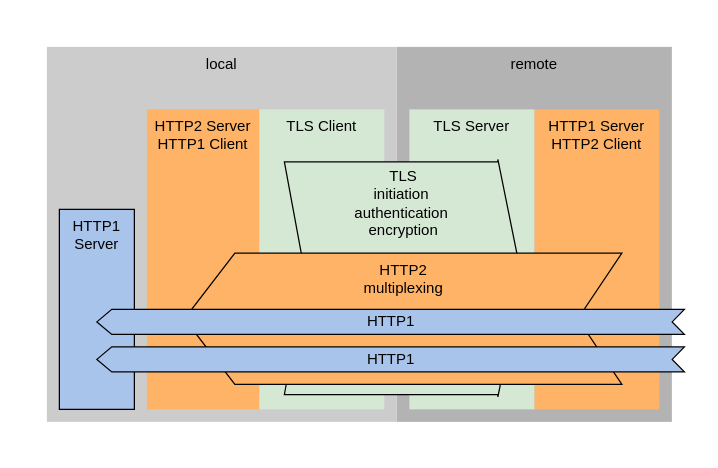
The draw.io diagram diagram.drawio in boronine/h2tunnel, before the edit. Source tidied: cells renumbered, new cells numbered last; positions are measured from the earlier drawing's top-left corner, leaving out a move shared by most shapes. Both pictures are drawn from the tidied source at 125%, with x=0, y=0 at pixel (21, 21).
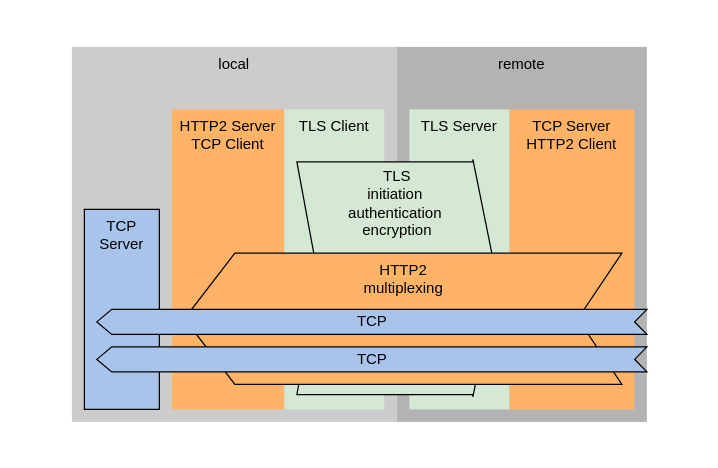
The same page after the edit.

Commit message (it also covers changes not shown here):
Implement TCP over HTTP2, fixes #2, fixes #3

The edit, as a diff of the source:
```diff
@@
 <mxGraphModel>
   <root>
     <mxCell id="0" />
     <mxCell id="1" parent="0" />
     <mxCell id="2" style="rounded=0;whiteSpace=wrap;html=1;strokeColor=none;" parent="1" vertex="1">
       <mxGeometry width="540" height="340" as="geometry" />
     </mxCell>
     <mxCell id="3" value="&lt;span style=&quot;text-wrap: nowrap;&quot;&gt;remote&lt;/span&gt;" style="html=1;whiteSpace=wrap;verticalAlign=top;fillColor=#B3B3B3;strokeColor=none;" parent="1" vertex="1">
-      <mxGeometry x="300" y="20" width="220" height="300" as="geometry" />
+      <mxGeometry x="300" y="20" width="200" height="300" as="geometry" />
     </mxCell>
-    <mxCell id="4" value="&lt;span style=&quot;text-wrap: nowrap;&quot;&gt;HTTP1 Server&lt;/span&gt;&lt;div&gt;&lt;span style=&quot;text-wrap: nowrap;&quot;&gt;HTTP2 Client&lt;/span&gt;&lt;/div&gt;" style="html=1;whiteSpace=wrap;verticalAlign=top;fillColor=#FFB366;strokeColor=none;" parent="1" vertex="1">
-      <mxGeometry x="410" y="70" width="100" height="240" as="geometry" />
+    <mxCell id="4" value="&lt;span style=&quot;text-wrap: nowrap;&quot;&gt;TCP Server&lt;/span&gt;&lt;div&gt;&lt;span style=&quot;text-wrap: nowrap;&quot;&gt;HTTP2 Client&lt;/span&gt;&lt;/div&gt;" style="html=1;whiteSpace=wrap;verticalAlign=top;fillColor=#FFB366;strokeColor=none;" parent="1" vertex="1">
+      <mxGeometry x="390" y="70" width="100" height="240" as="geometry" />
     </mxCell>
     <mxCell id="5" value="&lt;span style=&quot;text-wrap: nowrap;&quot;&gt;local&lt;/span&gt;" style="html=1;whiteSpace=wrap;verticalAlign=top;fillColor=#CCCCCC;strokeColor=none;" parent="1" vertex="1">
-      <mxGeometry x="20" y="20" width="280" height="300" as="geometry" />
+      <mxGeometry x="40" y="20" width="260" height="300" as="geometry" />
     </mxCell>
-    <mxCell id="6" value="&lt;span style=&quot;text-wrap: nowrap;&quot;&gt;HTTP1&lt;/span&gt;&lt;div&gt;&lt;span style=&quot;text-wrap: nowrap;&quot;&gt;Server&lt;/span&gt;&lt;/div&gt;" style="html=1;whiteSpace=wrap;verticalAlign=top;fillColor=#A9C4EB;strokeColor=default;" parent="1" vertex="1">
-      <mxGeometry x="30" y="150" width="60" height="160" as="geometry" />
+    <mxCell id="6" value="&lt;span style=&quot;text-wrap: nowrap;&quot;&gt;TCP&lt;/span&gt;&lt;div&gt;&lt;span style=&quot;text-wrap: nowrap;&quot;&gt;Server&lt;/span&gt;&lt;/div&gt;" style="html=1;whiteSpace=wrap;verticalAlign=top;fillColor=#A9C4EB;strokeColor=default;" parent="1" vertex="1">
+      <mxGeometry x="50" y="150" width="60" height="160" as="geometry" />
     </mxCell>
-    <mxCell id="7" value="&lt;span style=&quot;text-wrap: nowrap;&quot;&gt;HTTP2 Server&lt;/span&gt;&lt;div&gt;&lt;span style=&quot;text-wrap: nowrap; background-color: initial;&quot;&gt;HTTP1 Client&lt;/span&gt;&lt;br&gt;&lt;/div&gt;" style="html=1;whiteSpace=wrap;verticalAlign=top;fillColor=#FFB366;strokeColor=none;" parent="1" vertex="1">
-      <mxGeometry x="100" y="70" width="90" height="240" as="geometry" />
+    <mxCell id="7" value="&lt;span style=&quot;text-wrap: nowrap;&quot;&gt;HTTP2 Server&lt;/span&gt;&lt;div&gt;&lt;span style=&quot;text-wrap: nowrap; background-color: initial;&quot;&gt;TCP Client&lt;/span&gt;&lt;br&gt;&lt;/div&gt;" style="html=1;whiteSpace=wrap;verticalAlign=top;fillColor=#FFB366;strokeColor=none;" parent="1" vertex="1">
+      <mxGeometry x="120" y="70" width="90" height="240" as="geometry" />
     </mxCell>
     <mxCell id="8" value="&lt;div&gt;&lt;span style=&quot;text-wrap: nowrap;&quot;&gt;TLS&lt;/span&gt;&lt;span style=&quot;text-wrap: nowrap; background-color: initial;&quot;&gt;&amp;nbsp;Client&lt;/span&gt;&lt;/div&gt;" style="html=1;whiteSpace=wrap;verticalAlign=top;fillColor=#D5E8D4;strokeColor=none;" parent="1" vertex="1">
-      <mxGeometry x="190" y="70" width="100" height="240" as="geometry" />
+      <mxGeometry x="210" y="70" width="80" height="240" as="geometry" />
     </mxCell>
     <mxCell id="9" style="ellipse;whiteSpace=wrap;html=1;align=center;fillColor=none;strokeColor=none;perimeter=centerPerimeter;" parent="1" vertex="1">
       <mxGeometry x="300" y="120" width="10" height="10" as="geometry" />
     </mxCell>
     <mxCell id="10" value="&lt;div&gt;&lt;span style=&quot;text-wrap: nowrap;&quot;&gt;TLS Server&lt;/span&gt;&lt;/div&gt;" style="html=1;whiteSpace=wrap;verticalAlign=top;strokeColor=none;fillColor=#D5E8D4;" parent="1" vertex="1">
-      <mxGeometry x="310" y="70" width="100" height="240" as="geometry" />
+      <mxGeometry x="310" y="70" width="80" height="240" as="geometry" />
     </mxCell>
     <mxCell id="11" value="TLS&lt;div&gt;initiation&amp;nbsp;&lt;div&gt;authentication&amp;nbsp;&lt;/div&gt;&lt;div&gt;encryption&lt;/div&gt;&lt;/div&gt;" style="html=1;shadow=0;dashed=0;align=center;verticalAlign=top;shape=mxgraph.arrows2.arrow;dy=0.02;dx=19.2;notch=17.2;rotation=0;fillColor=#D5E8D4;strokeColor=default;horizontal=1;" parent="1" vertex="1">
-      <mxGeometry x="210" y="110" width="190" height="190" as="geometry" />
+      <mxGeometry x="220" y="110" width="160" height="190" as="geometry" />
     </mxCell>
     <mxCell id="12" value="HTTP2&lt;div&gt;multiplexing&lt;div&gt;&lt;br&gt;&lt;/div&gt;&lt;/div&gt;" style="html=1;shadow=0;dashed=0;align=center;verticalAlign=top;shape=mxgraph.arrows2.arrow;dy=0;dx=40.4;notch=35.2;flipH=1;fillColor=#FFB366;strokeColor=default;" parent="1" vertex="1">
       <mxGeometry x="130" y="185" width="350" height="105" as="geometry" />
     </mxCell>
-    <mxCell id="13" value="HTTP1" style="html=1;shadow=0;dashed=0;align=center;verticalAlign=middle;shape=mxgraph.arrows2.arrow;dy=0;dx=11.92;notch=9.75;flipH=1;fillColor=#A9C4EB;strokeColor=default;" parent="1" vertex="1">
-      <mxGeometry x="60" y="230" width="470" height="20" as="geometry" />
+    <mxCell id="13" value="TCP" style="html=1;shadow=0;dashed=0;align=center;verticalAlign=middle;shape=mxgraph.arrows2.arrow;dy=0;dx=11.92;notch=9.75;flipH=1;fillColor=#A9C4EB;strokeColor=default;" parent="1" vertex="1">
+      <mxGeometry x="60" y="230" width="440" height="20" as="geometry" />
     </mxCell>
-    <mxCell id="14" value="HTTP1" style="html=1;shadow=0;dashed=0;align=center;verticalAlign=middle;shape=mxgraph.arrows2.arrow;dy=0;dx=11.92;notch=9.75;flipH=1;fillColor=#A9C4EB;strokeColor=default;" parent="1" vertex="1">
-      <mxGeometry x="60" y="260" width="470" height="20" as="geometry" />
+    <mxCell id="14" value="TCP" style="html=1;shadow=0;dashed=0;align=center;verticalAlign=middle;shape=mxgraph.arrows2.arrow;dy=0;dx=11.92;notch=9.75;flipH=1;fillColor=#A9C4EB;strokeColor=default;" parent="1" vertex="1">
+      <mxGeometry x="60" y="260" width="440" height="20" as="geometry" />
     </mxCell>
   </root>
 </mxGraphModel>
```
